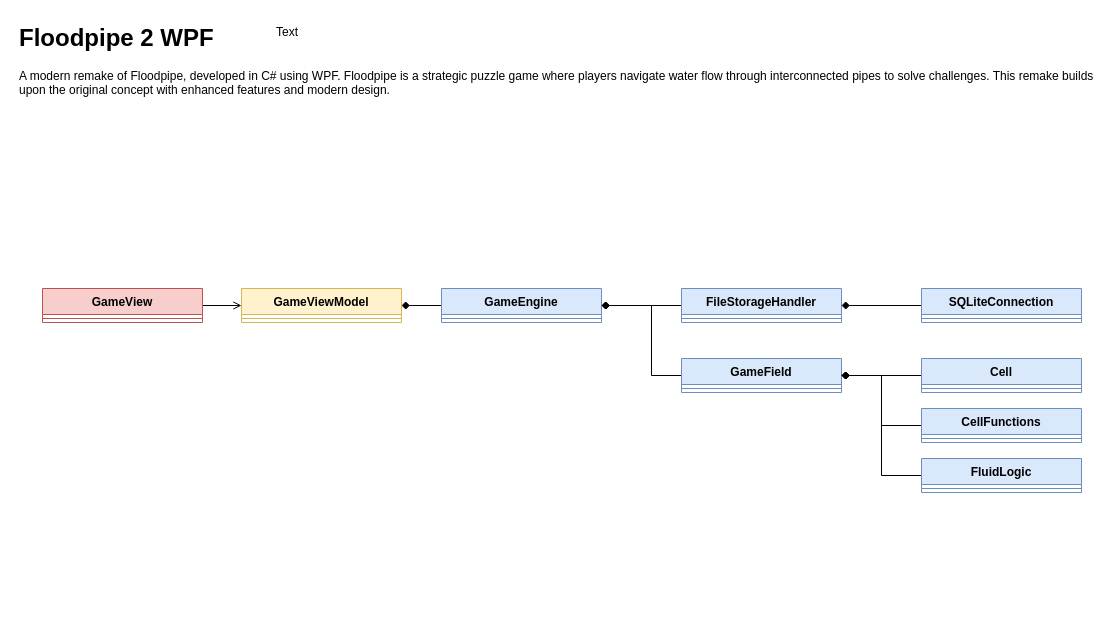
This is Floodpipe-2-WPF.drawio from TheZitroX/FloodpipeWPF, a draw.io file, before an edit. Source tidied: cells renumbered, new cells numbered last; positions are measured from the earlier drawing's top-left corner, leaving out a move shared by most shapes. Both pictures are drawn from the tidied source at 100%, with x=0, y=0 at pixel (17, 17).
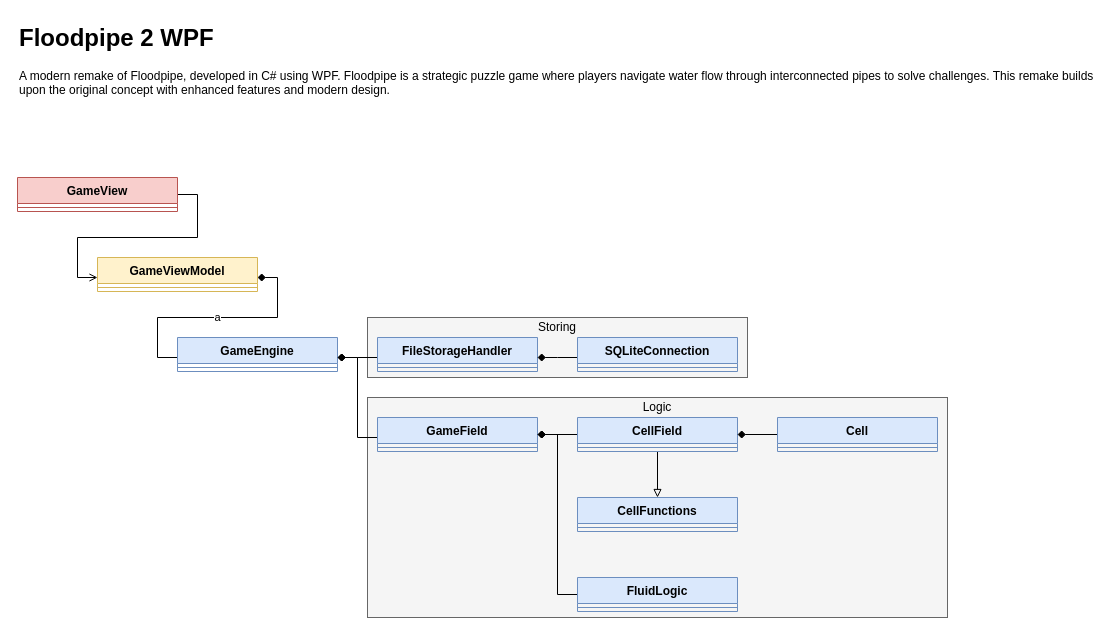
After the change.

Commit message:
modifies UML drawio

Change to the diagram source:
```diff
@@
+    <mxCell id="30" style="group;fillColor=#ffe6cc;strokeColor=#d79b00;" parent="1" vertex="1">
+      <mxGeometry x="350" y="380" width="580" height="220" as="geometry" />
+    </mxCell>
+    <mxCell id="31" style="rounded=0;whiteSpace=wrap;html=1;fillColor=#f5f5f5;fontColor=#333333;strokeColor=#666666;" parent="30" vertex="1">
+      <mxGeometry width="580" height="220" as="geometry" />
+    </mxCell>
+    <mxCell id="32" value="Logic" style="text;html=1;align=center;verticalAlign=middle;whiteSpace=wrap;rounded=0;" parent="30" vertex="1">
+      <mxGeometry width="580" height="20" as="geometry" />
+    </mxCell>
+    <mxCell id="33" style="group;fillColor=#ffe6cc;strokeColor=#d79b00;" parent="1" vertex="1">
+      <mxGeometry x="350" y="300" width="380" height="60" as="geometry" />
+    </mxCell>
+    <mxCell id="34" style="group;fillColor=#ffe6cc;strokeColor=#d79b00;" parent="33" vertex="1">
+      <mxGeometry width="380" height="60" as="geometry" />
+    </mxCell>
+    <mxCell id="35" style="rounded=0;whiteSpace=wrap;html=1;fillColor=#f5f5f5;strokeColor=#666666;fontColor=#333333;" parent="34" vertex="1">
+      <mxGeometry width="380" height="60" as="geometry" />
+    </mxCell>
+    <mxCell id="36" value="Storing" style="text;html=1;align=center;verticalAlign=middle;whiteSpace=wrap;rounded=0;" parent="34" vertex="1">
+      <mxGeometry width="380" height="20" as="geometry" />
+    </mxCell>
     <mxCell id="2" style="edgeStyle=orthogonalEdgeStyle;rounded=0;jettySize=auto;html=1;endArrow=none;endFill=0;startArrow=diamond;startFill=1;" parent="1" edge="1" source="4" target="6">
       <mxGeometry relative="1" as="geometry">
         <Array as="points">
-          <mxPoint x="634" y="288" />
-          <mxPoint x="634" y="358" />
+          <mxPoint x="340" y="340" />
+          <mxPoint x="340" y="420" />
         </Array>
       </mxGeometry>
     </mxCell>
-    <mxCell id="3" style="edgeStyle=orthogonalEdgeStyle;rounded=0;jettySize=auto;html=1;endArrow=diamond;endFill=1;" parent="1" edge="1" source="4" target="11">
-      <mxGeometry relative="1" as="geometry" />
+    <mxCell id="3" value="a" style="edgeStyle=orthogonalEdgeStyle;rounded=0;jettySize=auto;html=1;endArrow=diamond;endFill=1;" parent="1" edge="1" source="4" target="11">
+      <mxGeometry relative="1" as="geometry">
+        <Array as="points">
+          <mxPoint x="140" y="340" />
+          <mxPoint x="140" y="300" />
+          <mxPoint x="260" y="300" />
+          <mxPoint x="260" y="260" />
+        </Array>
+      </mxGeometry>
     </mxCell>
     <mxCell id="4" value="GameEngine" style="swimlane;fontStyle=1;align=center;verticalAlign=top;horizontal=1;startSize=26;whiteSpace=wrap;html=1;fillColor=#dae8fc;strokeColor=#6c8ebf;" parent="1" vertex="1">
-      <mxGeometry x="424" y="271" width="160" height="34" as="geometry" />
+      <mxGeometry x="160" y="320" width="160" height="34" as="geometry" />
     </mxCell>
@@
     <mxCell id="6" value="GameField" style="swimlane;fontStyle=1;align=center;verticalAlign=top;horizontal=1;startSize=26;whiteSpace=wrap;html=1;fillColor=#dae8fc;strokeColor=#6c8ebf;" parent="1" vertex="1">
-      <mxGeometry x="664" y="341" width="160" height="34" as="geometry" />
+      <mxGeometry x="360" y="400" width="160" height="34" as="geometry" />
     </mxCell>
@@
     <mxCell id="8" style="edgeStyle=orthogonalEdgeStyle;rounded=0;jettySize=auto;html=1;endArrow=diamond;endFill=1;" parent="1" edge="1" source="9" target="4">
       <mxGeometry relative="1" as="geometry">
         <Array as="points">
-          <mxPoint x="620" y="288" />
-          <mxPoint x="620" y="288" />
+          <mxPoint x="340" y="340" />
+          <mxPoint x="340" y="340" />
         </Array>
       </mxGeometry>
     </mxCell>
     <mxCell id="9" value="FileStorageHandler" style="swimlane;fontStyle=1;align=center;verticalAlign=top;horizontal=1;startSize=26;whiteSpace=wrap;html=1;fillColor=#dae8fc;strokeColor=#6c8ebf;" parent="1" vertex="1">
-      <mxGeometry x="664" y="271" width="160" height="34" as="geometry" />
+      <mxGeometry x="360" y="320" width="160" height="34" as="geometry" />
     </mxCell>
@@
     <mxCell id="11" value="GameViewModel" style="swimlane;fontStyle=1;align=center;verticalAlign=top;horizontal=1;startSize=26;whiteSpace=wrap;html=1;fillColor=#fff2cc;strokeColor=#d6b656;" parent="1" vertex="1">
-      <mxGeometry x="224" y="271" width="160" height="34" as="geometry" />
+      <mxGeometry x="80" y="240" width="160" height="34" as="geometry" />
     </mxCell>
@@
     <mxCell id="13" style="edgeStyle=orthogonalEdgeStyle;rounded=0;jettySize=auto;html=1;endArrow=open;endFill=0;" parent="1" edge="1" source="14" target="11">
-      <mxGeometry relative="1" as="geometry" />
+      <mxGeometry relative="1" as="geometry">
+        <Array as="points">
+          <mxPoint x="180" y="177" />
+          <mxPoint x="180" y="220" />
+          <mxPoint x="60" y="220" />
+          <mxPoint x="60" y="260" />
+        </Array>
+      </mxGeometry>
     </mxCell>
     <mxCell id="14" value="GameView" style="swimlane;fontStyle=1;align=center;verticalAlign=top;horizontal=1;startSize=26;whiteSpace=wrap;html=1;fillColor=#f8cecc;strokeColor=#b85450;" parent="1" vertex="1">
-      <mxGeometry x="25" y="271" width="160" height="34" as="geometry" />
+      <mxGeometry y="160" width="160" height="34" as="geometry" />
     </mxCell>
@@
     <mxCell id="16" style="edgeStyle=orthogonalEdgeStyle;rounded=0;jettySize=auto;html=1;endArrow=diamond;endFill=1;" parent="1" edge="1" source="17" target="6">
       <mxGeometry relative="1" as="geometry">
         <Array as="points">
-          <mxPoint x="864" y="458" />
-          <mxPoint x="864" y="358" />
+          <mxPoint x="540" y="577" />
+          <mxPoint x="540" y="417" />
         </Array>
       </mxGeometry>
     </mxCell>
     <mxCell id="17" value="FluidLogic" style="swimlane;fontStyle=1;align=center;verticalAlign=top;horizontal=1;startSize=26;whiteSpace=wrap;html=1;fillColor=#dae8fc;strokeColor=#6c8ebf;" parent="1" vertex="1">
-      <mxGeometry x="904" y="441" width="160" height="34" as="geometry" />
+      <mxGeometry x="560" y="560" width="160" height="34" as="geometry" />
     </mxCell>
@@
-    <mxCell id="19" style="edgeStyle=orthogonalEdgeStyle;rounded=0;jettySize=auto;html=1;endArrow=diamond;endFill=1;" parent="1" edge="1" source="20" target="6">
-      <mxGeometry relative="1" as="geometry">
-        <Array as="points">
-          <mxPoint x="864" y="408" />
-          <mxPoint x="864" y="358" />
-        </Array>
-      </mxGeometry>
-    </mxCell>
     <mxCell id="20" value="CellFunctions" style="swimlane;fontStyle=1;align=center;verticalAlign=top;horizontal=1;startSize=26;whiteSpace=wrap;html=1;fillColor=#dae8fc;strokeColor=#6c8ebf;" parent="1" vertex="1">
-      <mxGeometry x="904" y="391" width="160" height="34" as="geometry" />
+      <mxGeometry x="560" y="480" width="160" height="34" as="geometry" />
     </mxCell>
@@
+    <mxCell id="37" style="edgeStyle=orthogonalEdgeStyle;rounded=0;jettySize=auto;html=1;endArrow=block;endFill=0;" parent="1" edge="1" source="23" target="20">
+      <mxGeometry relative="1" as="geometry" />
+    </mxCell>
-    <mxCell id="23" value="Cell" style="swimlane;fontStyle=1;align=center;verticalAlign=top;horizontal=1;startSize=26;whiteSpace=wrap;html=1;fillColor=#dae8fc;strokeColor=#6c8ebf;" parent="1" vertex="1">
-      <mxGeometry x="904" y="341" width="160" height="34" as="geometry" />
+    <mxCell id="23" value="CellField" style="swimlane;fontStyle=1;align=center;verticalAlign=top;horizontal=1;startSize=26;whiteSpace=wrap;html=1;fillColor=#dae8fc;strokeColor=#6c8ebf;" parent="1" vertex="1">
+      <mxGeometry x="560" y="400" width="160" height="34" as="geometry" />
     </mxCell>
@@
     <mxCell id="25" style="edgeStyle=orthogonalEdgeStyle;rounded=0;jettySize=auto;html=1;endArrow=diamond;endFill=1;" parent="1" edge="1" source="26" target="9">
-      <mxGeometry relative="1" as="geometry" />
+      <mxGeometry relative="1" as="geometry">
+        <Array as="points">
+          <mxPoint x="540" y="340" />
+          <mxPoint x="540" y="340" />
+        </Array>
+      </mxGeometry>
     </mxCell>
     <mxCell id="26" value="SQLiteConnection" style="swimlane;fontStyle=1;align=center;verticalAlign=top;horizontal=1;startSize=26;whiteSpace=wrap;html=1;fillColor=#dae8fc;strokeColor=#6c8ebf;" parent="1" vertex="1">
-      <mxGeometry x="904" y="271" width="160" height="34" as="geometry" />
+      <mxGeometry x="560" y="320" width="160" height="34" as="geometry" />
     </mxCell>
@@
-    <mxCell id="28" value="Text" style="text;html=1;align=center;verticalAlign=middle;whiteSpace=wrap;rounded=0;" parent="1" vertex="1">
-      <mxGeometry x="240" width="60" height="30" as="geometry" />
-    </mxCell>
@@
+    <mxCell id="38" style="edgeStyle=orthogonalEdgeStyle;rounded=0;jettySize=auto;html=1;endArrow=diamond;endFill=1;" parent="1" edge="1" source="39" target="23">
+      <mxGeometry relative="1" as="geometry" />
+    </mxCell>
+    <mxCell id="39" value="Cell" style="swimlane;fontStyle=1;align=center;verticalAlign=top;horizontal=1;startSize=26;whiteSpace=wrap;html=1;fillColor=#dae8fc;strokeColor=#6c8ebf;" parent="1" vertex="1">
+      <mxGeometry x="760" y="400" width="160" height="34" as="geometry" />
+    </mxCell>
+    <mxCell id="40" style="line;strokeWidth=1;fillColor=none;align=left;verticalAlign=middle;spacingTop=-1;spacingLeft=3;spacingRight=3;labelPosition=right;strokeColor=inherit;" parent="39" vertex="1">
+      <mxGeometry y="26" width="160" height="8" as="geometry" />
+    </mxCell>
```
